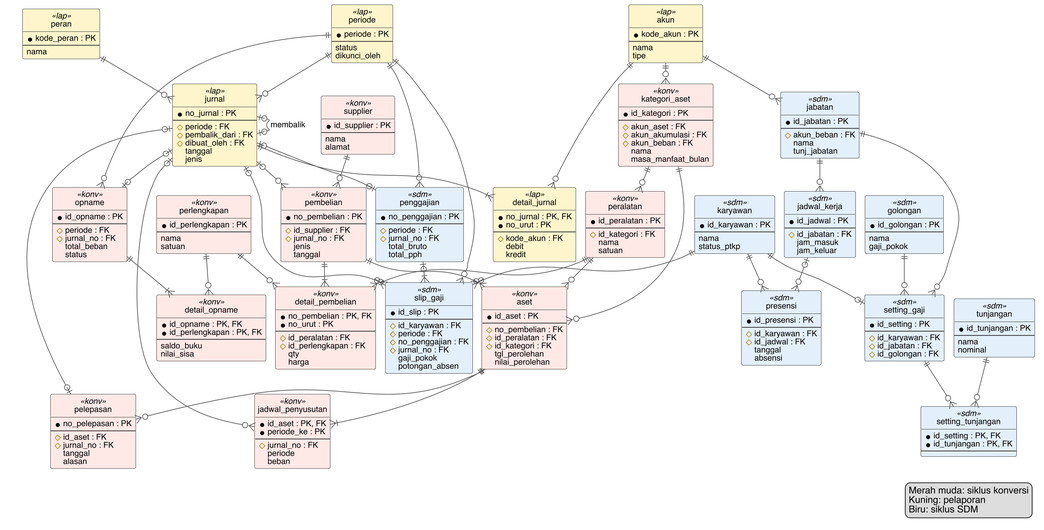
Before: docs/logical-database.png, a diagram exported from PlantUML (Phixinic/uas-sia). Its source is kept beside it as docs/logical-database.puml. Its diagram source:
```plantuml
@startuml
skinparam dpi 200
skinparam defaultFontName Helvetica
skinparam defaultFontSize 12
skinparam shadowing false
skinparam nodesep 14
skinparam ranksep 30
skinparam ArrowColor #555555
skinparam entity {
  BackgroundColor<<konv>> #FFE9E6
  BorderColor<<konv>> #8B1A1A
  BackgroundColor<<lap>> #FFF4CC
  BorderColor<<lap>> #8A6D00
  BackgroundColor<<sdm>> #E3EFFA
  BorderColor<<sdm>> #1F5F99
  StereotypeFontSize 9
  BackgroundColor White
  BorderColor #444444
  HeaderBackgroundColor #F3E1DE
}
hide circle
hide methods

entity supplier <<konv>> #FFE9E6 {
  * id_supplier : PK
  --
  nama
  alamat
}

entity kategori_aset <<konv>> #FFE9E6 {
  * id_kategori : PK
  --
  # akun_aset : FK
  # akun_akumulasi : FK
  # akun_beban : FK
  nama
  masa_manfaat_bulan
}

entity peralatan <<konv>> #FFE9E6 {
  * id_peralatan : PK
  --
  # id_kategori : FK
  nama
  satuan
}

entity perlengkapan <<konv>> #FFE9E6 {
  * id_perlengkapan : PK
  --
  nama
  satuan
}

entity pembelian <<konv>> #FFE9E6 {
  * no_pembelian : PK
  --
  # id_supplier : FK
  # jurnal_no : FK
  jenis
  tanggal
}

entity detail_pembelian <<konv>> #FFE9E6 {
  * no_pembelian : PK, FK
  * no_urut : PK
  --
  # id_peralatan : FK
  # id_perlengkapan : FK
  qty
  harga
}

entity aset <<konv>> #FFE9E6 {
  * id_aset : PK
  --
  # no_pembelian : FK
  # id_peralatan : FK
  # id_kategori : FK
  tgl_perolehan
  nilai_perolehan
}

entity jadwal_penyusutan <<konv>> #FFE9E6 {
  * id_aset : PK, FK
  * periode_ke : PK
  --
  # jurnal_no : FK
  periode
  beban
}

entity opname <<konv>> #FFE9E6 {
  * id_opname : PK
  --
  # periode : FK
  # jurnal_no : FK
  total_beban
  status
}

entity detail_opname <<konv>> #FFE9E6 {
  * id_opname : PK, FK
  * id_perlengkapan : PK, FK
  --
  saldo_buku
  nilai_sisa
}

entity pelepasan <<konv>> #FFE9E6 {
  * no_pelepasan : PK
  --
  # id_aset : FK
  # jurnal_no : FK
  tanggal
  alasan
}

entity akun <<lap>> #FFF4CC {
  * kode_akun : PK
  --
  nama
  tipe
}

entity jurnal <<lap>> #FFF4CC {
  * no_jurnal : PK
  --
  # periode : FK
  # pembalik_dari : FK
  # dibuat_oleh : FK
  tanggal
  jenis
}

entity detail_jurnal <<lap>> #FFF4CC {
  * no_jurnal : PK, FK
  * no_urut : PK
  --
  # kode_akun : FK
  debit
  kredit
}

entity periode <<lap>> #FFF4CC {
  * periode : PK
  --
  status
  dikunci_oleh
}

entity peran <<lap>> #FFF4CC {
  * kode_peran : PK
  --
  nama
}

entity karyawan <<sdm>> #E3EFFA {
  * id_karyawan : PK
  --
  nama
  status_ptkp
}

entity jabatan <<sdm>> #E3EFFA {
  * id_jabatan : PK
  --
  # akun_beban : FK
  nama
  tunj_jabatan
}

entity golongan <<sdm>> #E3EFFA {
  * id_golongan : PK
  --
  nama
  gaji_pokok
}

entity tunjangan <<sdm>> #E3EFFA {
  * id_tunjangan : PK
  --
  nama
  nominal
}

entity jadwal_kerja <<sdm>> #E3EFFA {
  * id_jadwal : PK
  --
  # id_jabatan : FK
  jam_masuk
  jam_keluar
}

entity setting_gaji <<sdm>> #E3EFFA {
  * id_setting : PK
  --
  # id_karyawan : FK
  # id_jabatan : FK
  # id_golongan : FK
}

entity setting_tunjangan <<sdm>> #E3EFFA {
  * id_setting : PK, FK
  * id_tunjangan : PK, FK
  --
}

entity presensi <<sdm>> #E3EFFA {
  * id_presensi : PK
  --
  # id_karyawan : FK
  # id_jadwal : FK
  tanggal
  absensi
}

entity slip_gaji <<sdm>> #E3EFFA {
  * id_slip : PK
  --
  # id_karyawan : FK
  # periode : FK
  # no_penggajian : FK
  # jurnal_no : FK
  gaji_pokok
  potongan_absen
}

entity penggajian <<sdm>> #E3EFFA {
  * no_penggajian : PK
  --
  # periode : FK
  # jurnal_no : FK
  total_bruto
  total_pph
}

supplier ||--o{ pembelian
kategori_aset ||--o{ peralatan
kategori_aset ||--o{ aset
peralatan ||--o{ detail_pembelian
perlengkapan ||--o{ detail_pembelian
pembelian ||--|{ detail_pembelian
pembelian ||--o{ aset
peralatan ||--o{ aset
aset ||--|{ jadwal_penyusutan
aset ||--o{ pelepasan
opname ||--|{ detail_opname
perlengkapan ||--o{ detail_opname
akun ||--o{ detail_jurnal
akun ||--o{ kategori_aset
akun ||--o{ jabatan
jurnal ||--|{ detail_jurnal
jurnal |o--o| jurnal : membalik
periode ||--o{ jurnal
periode ||--o{ opname
periode ||--o{ slip_gaji
periode ||--o{ penggajian
jurnal |o--o{ pembelian
jurnal |o--o{ jadwal_penyusutan
jurnal |o--o| opname
jurnal |o--o| pelepasan
jurnal |o--o{ slip_gaji
jurnal |o--o| penggajian
peran ||--o{ jurnal
jabatan ||--o{ jadwal_kerja
jabatan ||--o{ setting_gaji
golongan ||--o{ setting_gaji
karyawan ||--o| setting_gaji
setting_gaji ||--o{ setting_tunjangan
tunjangan ||--o{ setting_tunjangan
karyawan ||--o{ presensi
jadwal_kerja |o--o{ presensi
karyawan ||--o{ slip_gaji
penggajian |o--|{ slip_gaji
legend right
  Merah muda: siklus konversi
  Kuning: pelaporan
  Biru: siklus SDM
endlegend
@enduml
```
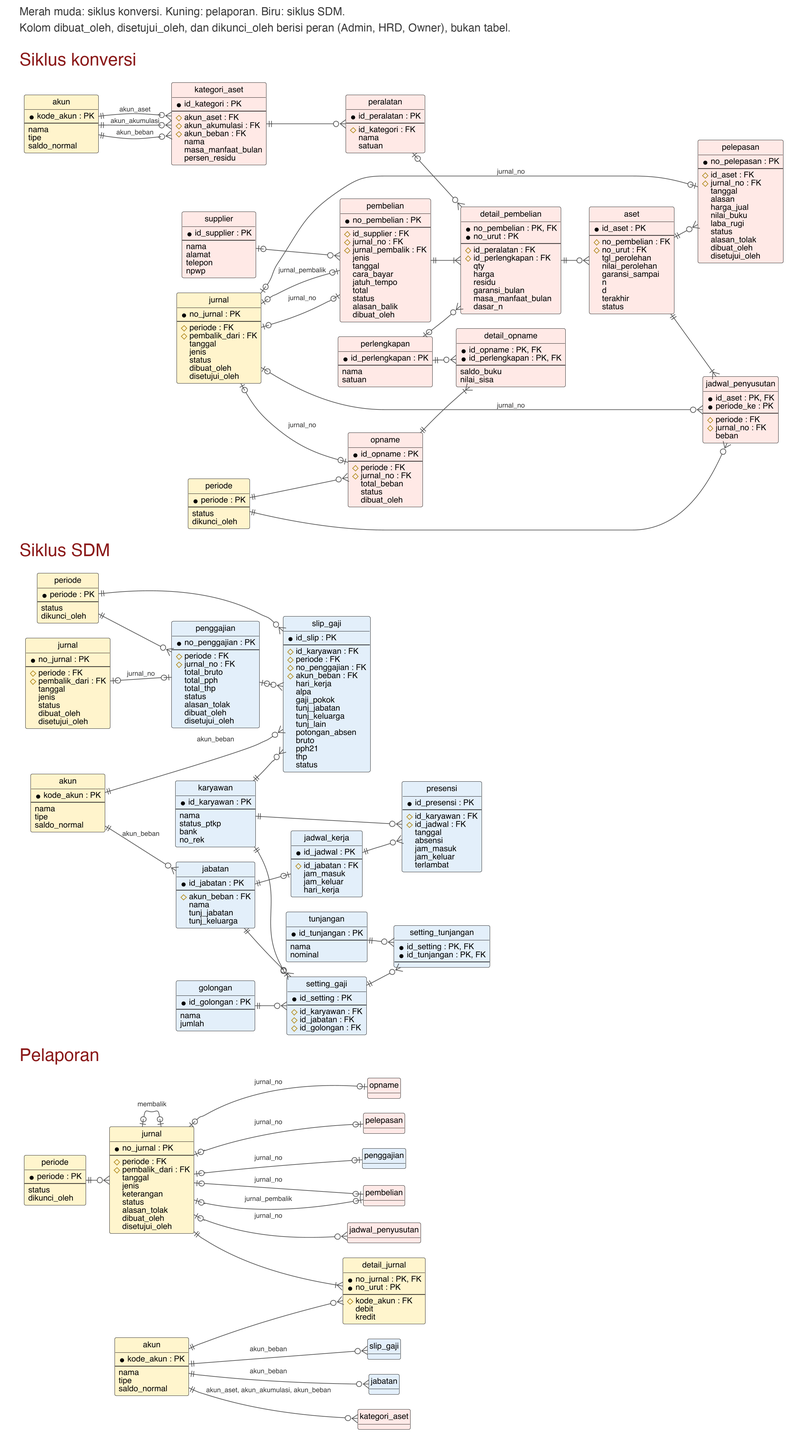
After the commit.

Commit message:
Perbaiki diagram use case, sitemap, dan logical database sesuai audit

The edit, as a diff of the source:
```diff
@@ -1,11 +1,14 @@
 @startuml
+!$v = %getenv("ERD")
 skinparam dpi 200
 skinparam defaultFontName Helvetica
 skinparam defaultFontSize 12
 skinparam shadowing false
-skinparam nodesep 14
-skinparam ranksep 30
+skinparam nodesep 22
+skinparam ranksep 34
 skinparam ArrowColor #555555
+skinparam ArrowFontSize 10
+skinparam ArrowFontColor #333333
 skinparam entity {
   BackgroundColor<<konv>> #FFE9E6
   BorderColor<<konv>> #8B1A1A
@@ -18,14 +21,19 @@
   BorderColor #444444
   HeaderBackgroundColor #F3E1DE
 }
+left to right direction
 hide circle
 hide methods
+hide stereotype
 
+!if ($v == "" || $v == "konv")
 entity supplier <<konv>> #FFE9E6 {
   * id_supplier : PK
   --
   nama
   alamat
+  telepon
+  npwp
 }
 
 entity kategori_aset <<konv>> #FFE9E6 {
@@ -36,6 +44,7 @@
   # akun_beban : FK
   nama
   masa_manfaat_bulan
+  persen_residu
 }
 
 entity peralatan <<konv>> #FFE9E6 {
@@ -58,8 +67,15 @@
   --
   # id_supplier : FK
   # jurnal_no : FK
+  # jurnal_pembalik : FK
   jenis
   tanggal
+  cara_bayar
+  jatuh_tempo
+  total
+  status
+  alasan_balik
+  dibuat_oleh
 }
 
 entity detail_pembelian <<konv>> #FFE9E6 {
@@ -70,24 +86,32 @@
   # id_perlengkapan : FK
   qty
   harga
+  residu
+  garansi_bulan
+  masa_manfaat_bulan
+  dasar_n
 }
 
 entity aset <<konv>> #FFE9E6 {
   * id_aset : PK
   --
   # no_pembelian : FK
-  # id_peralatan : FK
-  # id_kategori : FK
+  # no_urut : FK
   tgl_perolehan
   nilai_perolehan
+  garansi_sampai
+  n
+  d
+  terakhir
+  status
 }
 
 entity jadwal_penyusutan <<konv>> #FFE9E6 {
   * id_aset : PK, FK
   * periode_ke : PK
   --
+  # periode : FK
   # jurnal_no : FK
-  periode
   beban
 }
 
@@ -98,6 +122,7 @@
   # jurnal_no : FK
   total_beban
   status
+  dibuat_oleh
 }
 
 entity detail_opname <<konv>> #FFE9E6 {
@@ -115,13 +140,55 @@
   # jurnal_no : FK
   tanggal
   alasan
+  harga_jual
+  nilai_buku
+  laba_rugi
+  status
+  alasan_tolak
+  dibuat_oleh
+  disetujui_oleh
 }
+!elseif ($v == "lap")
+entity pembelian <<konv>> #FFE9E6
+entity jadwal_penyusutan <<konv>> #FFE9E6
+entity opname <<konv>> #FFE9E6
+entity pelepasan <<konv>> #FFE9E6
+entity kategori_aset <<konv>> #FFE9E6
+!endif
 
+!if ($v == "" || $v == "lap" || $v == "konv" || $v == "sdm")
+!if ($v == "konv" || $v == "sdm")
 entity akun <<lap>> #FFF4CC {
   * kode_akun : PK
   --
   nama
   tipe
+  saldo_normal
+}
+entity jurnal <<lap>> #FFF4CC {
+  * no_jurnal : PK
+  --
+  # periode : FK
+  # pembalik_dari : FK
+  tanggal
+  jenis
+  status
+  dibuat_oleh
+  disetujui_oleh
+}
+entity periode <<lap>> #FFF4CC {
+  * periode : PK
+  --
+  status
+  dikunci_oleh
+}
+!else
+entity akun <<lap>> #FFF4CC {
+  * kode_akun : PK
+  --
+  nama
+  tipe
+  saldo_normal
 }
 
 entity jurnal <<lap>> #FFF4CC {
@@ -129,9 +196,13 @@
   --
   # periode : FK
   # pembalik_dari : FK
-  # dibuat_oleh : FK
   tanggal
   jenis
+  keterangan
+  status
+  alasan_tolak
+  dibuat_oleh
+  disetujui_oleh
 }
 
 entity detail_jurnal <<lap>> #FFF4CC {
@@ -149,18 +220,17 @@
   status
   dikunci_oleh
 }
+!endif
+!endif
 
-entity peran <<lap>> #FFF4CC {
-  * kode_peran : PK
-  --
-  nama
-}
-
+!if ($v == "" || $v == "sdm")
 entity karyawan <<sdm>> #E3EFFA {
   * id_karyawan : PK
   --
   nama
   status_ptkp
+  bank
+  no_rek
 }
 
 entity jabatan <<sdm>> #E3EFFA {
@@ -169,13 +239,14 @@
   # akun_beban : FK
   nama
   tunj_jabatan
+  tunj_keluarga
 }
 
 entity golongan <<sdm>> #E3EFFA {
   * id_golongan : PK
   --
   nama
-  gaji_pokok
+  jumlah
 }
 
 entity tunjangan <<sdm>> #E3EFFA {
@@ -191,6 +262,7 @@
   # id_jabatan : FK
   jam_masuk
   jam_keluar
+  hari_kerja
 }
 
 entity setting_gaji <<sdm>> #E3EFFA {
@@ -214,6 +286,9 @@
   # id_jadwal : FK
   tanggal
   absensi
+  jam_masuk
+  jam_keluar
+  terlambat
 }
 
 entity slip_gaji <<sdm>> #E3EFFA {
@@ -222,9 +297,18 @@
   # id_karyawan : FK
   # periode : FK
   # no_penggajian : FK
-  # jurnal_no : FK
+  # akun_beban : FK
+  hari_kerja
+  alpa
   gaji_pokok
+  tunj_jabatan
+  tunj_keluarga
+  tunj_lain
   potongan_absen
+  bruto
+  pph21
+  thp
+  status
 }
 
 entity penggajian <<sdm>> #E3EFFA {
@@ -234,49 +318,71 @@
   # jurnal_no : FK
   total_bruto
   total_pph
+  total_thp
+  status
+  alasan_tolak
+  dibuat_oleh
+  disetujui_oleh
 }
+!elseif ($v == "lap")
+entity slip_gaji <<sdm>> #E3EFFA
+entity penggajian <<sdm>> #E3EFFA
+entity jabatan <<sdm>> #E3EFFA
+!endif
 
-supplier ||--o{ pembelian
+!if ($v == "" || $v == "konv")
+supplier |o--o{ pembelian
 kategori_aset ||--o{ peralatan
-kategori_aset ||--o{ aset
-peralatan ||--o{ detail_pembelian
-perlengkapan ||--o{ detail_pembelian
+peralatan |o--o{ detail_pembelian
+perlengkapan |o--o{ detail_pembelian
 pembelian ||--|{ detail_pembelian
-pembelian ||--o{ aset
-peralatan ||--o{ aset
+detail_pembelian ||--o{ aset
 aset ||--|{ jadwal_penyusutan
 aset ||--o{ pelepasan
 opname ||--|{ detail_opname
 perlengkapan ||--o{ detail_opname
-akun ||--o{ detail_jurnal
-akun ||--o{ kategori_aset
-akun ||--o{ jabatan
-jurnal ||--|{ detail_jurnal
-jurnal |o--o| jurnal : membalik
-periode ||--o{ jurnal
+periode ||--o{ jadwal_penyusutan
 periode ||--o{ opname
+jurnal |o--o{ jadwal_penyusutan : jurnal_no
+jurnal |o--o| opname : jurnal_no
+jurnal |o--o| pelepasan : jurnal_no
+jurnal |o--o| pembelian : jurnal_no
+jurnal |o--o| pembelian : jurnal_pembalik
+akun ||--o{ kategori_aset : akun_aset
+akun ||--o{ kategori_aset : akun_akumulasi
+akun ||--o{ kategori_aset : akun_beban
+!endif
+!if ($v == "" || $v == "sdm")
+karyawan ||--o| setting_gaji
+jabatan ||--o{ setting_gaji
+golongan ||--o{ setting_gaji
+setting_gaji ||--o{ setting_tunjangan
+tunjangan ||--o{ setting_tunjangan
+jabatan ||--o| jadwal_kerja
+jadwal_kerja ||--o{ presensi
+karyawan ||--o{ presensi
+karyawan ||--o{ slip_gaji
+penggajian |o--o{ slip_gaji
 periode ||--o{ slip_gaji
 periode ||--o{ penggajian
-jurnal |o--o{ pembelian
-jurnal |o--o{ jadwal_penyusutan
-jurnal |o--o| opname
-jurnal |o--o| pelepasan
-jurnal |o--o{ slip_gaji
-jurnal |o--o| penggajian
-peran ||--o{ jurnal
-jabatan ||--o{ jadwal_kerja
-jabatan ||--o{ setting_gaji
-golongan ||--o{ setting_gaji
-karyawan ||--o| setting_gaji
-setting_gaji ||--o{ setting_tunjangan
-tunjangan ||--o{ setting_tunjangan
-karyawan ||--o{ presensi
-jadwal_kerja |o--o{ presensi
-karyawan ||--o{ slip_gaji
-penggajian |o--|{ slip_gaji
-legend right
-  Merah muda: siklus konversi
-  Kuning: pelaporan
-  Biru: siklus SDM
-endlegend
+jurnal |o--o| penggajian : jurnal_no
+akun ||--o{ jabatan : akun_beban
+akun ||--o{ slip_gaji : akun_beban
+!endif
+!if ($v == "" || $v == "lap")
+jurnal ||--|{ detail_jurnal
+akun ||--o{ detail_jurnal
+periode ||--o{ jurnal
+jurnal |o--o| jurnal : membalik
+jurnal |o--o| pembelian : jurnal_no
+jurnal |o--o| pembelian : jurnal_pembalik
+jurnal |o--o{ jadwal_penyusutan : jurnal_no
+jurnal |o--o| opname : jurnal_no
+jurnal |o--o| pelepasan : jurnal_no
+jurnal |o--o| penggajian : jurnal_no
+akun ||--o{ kategori_aset : akun_aset, akun_akumulasi, akun_beban
+akun ||--o{ jabatan : akun_beban
+akun ||--o{ slip_gaji : akun_beban
+!endif
+
 @enduml
```
